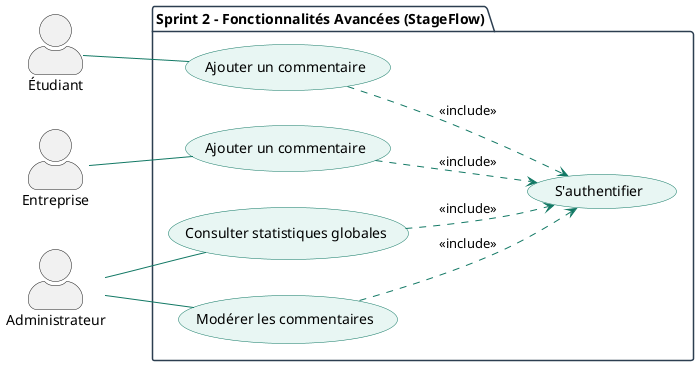
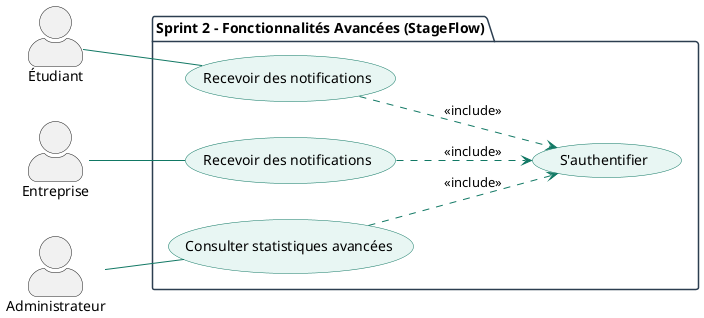
@startuml StageFlow_Sprint2
left to right direction
skinparam actorStyle awesome

skinparam package {
    BackgroundColor White
    BorderColor #2C3E50
}

skinparam usecase {
    BackgroundColor #E8F6F3
    BorderColor #117864
    ArrowColor #117864
}

actor "Étudiant" as E
actor "Entreprise" as Ent
actor "Administrateur" as Admin


package "Sprint 2 – Fonctionnalités Avancées (StageFlow)" {

    ' ========================
    ' Améliorations Étudiant
    ' ========================

-         usecase "Ajouter un commentaire" as UC1
+         usecase "Recevoir des notifications" as UC1

    E -- UC1


    ' ========================
    ' Améliorations Entreprise
    ' ========================
-         usecase "Ajouter un commentaire" as UC2
+         usecase "Recevoir des notifications" as UC2


    Ent -- UC2



    ' ========================
    ' Améliorations Administrateur
    ' ========================
-         usecase "Consulter statistiques globales" as UC3
-         usecase "Modérer les commentaires" as UC4
+         usecase "Consulter statistiques avancées" as UC3

    Admin -- UC3
-     Admin -- UC4

    usecase "S'authentifier" as Auth

UC1 ..> Auth : <<include>>
UC2 ..> Auth : <<include>>
UC3 ..> Auth : <<include>>
- UC4 ..> Auth : <<include>>

}

@enduml